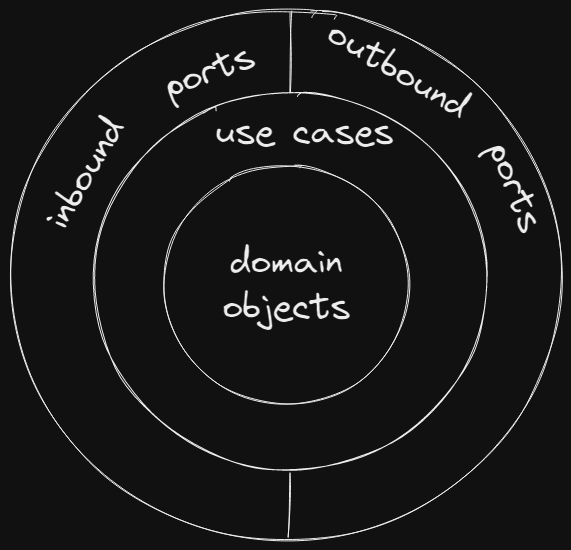
Earlier version of the Excalidraw export assets/hexagonal-architecture-core.excalidraw.png (hex-arch-training/hex-arch-training.github.io). Source tidied: one line per element, renumbered; positions are measured from the earlier drawing's top-left corner, leaving out a move shared by most shapes.
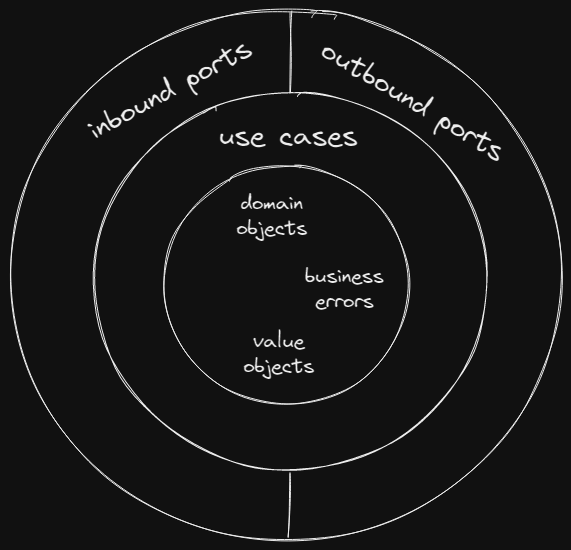
Above is the later version.

Commit message:
core pic fix

Change to the diagram source:
```diff
@@ -1,11 +1,11 @@
 {"id": 0, "type": "ellipse", "strokeColor": "#000000", "strokeWidth": 1, "roughness": 1, "x": 0, "y": 0, "width": 551, "height": 531}
 {"id": 1, "type": "ellipse", "strokeColor": "#000000", "angle": 6.28, "strokeWidth": 1, "roughness": 1, "x": 84, "y": 82, "width": 393, "height": 377}
 {"id": 2, "type": "ellipse", "strokeColor": "#000000", "strokeWidth": 1, "roughness": 1, "x": 154, "y": 155, "width": 245, "height": 239}
-{"id": 3, "type": "text", "text": "domain\nobjects", "strokeColor": "#000000", "backgroundColor": "#228be6", "fillStyle": "solid", "strokeWidth": 1, "roughness": 1, "fontSize": 36, "fontFamily": 1, "textAlign": "center", "verticalAlign": "middle", "inside": 2, "x": 212, "y": 230, "width": 130, "height": 90}
-{"id": 4, "type": "text", "text": "use cases", "strokeColor": "#000000", "backgroundColor": "#228be6", "fillStyle": "solid", "strokeWidth": 1, "roughness": 1, "fontSize": 36, "fontFamily": 1, "x": 205, "y": 100, "width": 181, "height": 45}
+{"id": 4, "type": "text", "text": "use cases", "strokeColor": "#000000", "backgroundColor": "#228be6", "fillStyle": "solid", "strokeWidth": 1, "roughness": 1, "fontSize": 28, "fontFamily": 1, "x": 209, "y": 108, "width": 141, "height": 35}
 {"id": 5, "type": "line", "strokeColor": "#000000", "backgroundColor": "#228be6", "fillStyle": "solid", "strokeWidth": 1, "roughness": 1, "x": 281, "y": 2, "width": 1, "height": 81, "points": [[0, 0], [-1, 81]]}
 {"id": 6, "type": "line", "strokeColor": "#000000", "backgroundColor": "#228be6", "fillStyle": "solid", "strokeWidth": 1, "roughness": 1, "x": 281, "y": 463, "width": 2, "height": 64, "points": [[0, 0], [-2, 64]]}
-{"id": 7, "type": "text", "text": "outbound", "strokeColor": "#000000", "angle": 0.54, "backgroundColor": "#228be6", "fillStyle": "solid", "strokeWidth": 1, "roughness": 1, "fontSize": 36, "fontFamily": 1, "x": 309, "y": 38, "width": 159, "height": 45}
+{"id": 7, "type": "text", "text": "outbound ports", "strokeColor": "#000000", "angle": 0.54, "backgroundColor": "#228be6", "fillStyle": "solid", "strokeWidth": 1, "roughness": 1, "fontSize": 28, "fontFamily": 1, "x": 299, "y": 74, "width": 210, "height": 35}
-{"id": 8, "type": "text", "text": "ports", "strokeColor": "#000000", "angle": 1.18, "backgroundColor": "#228be6", "fillStyle": "solid", "strokeWidth": 1, "roughness": 1, "fontSize": 36, "fontFamily": 1, "x": 458, "y": 156, "width": 95, "height": 45}
-{"id": 9, "type": "text", "text": "inbound", "strokeColor": "#000000", "angle": 5.24, "backgroundColor": "#228be6", "fillStyle": "solid", "strokeWidth": 1, "roughness": 1, "fontSize": 36, "fontFamily": 1, "x": 15, "y": 140, "width": 123, "height": 45}
+{"id": 9, "type": "text", "text": "inbound ports", "strokeColor": "#000000", "angle": 5.78, "backgroundColor": "#228be6", "fillStyle": "solid", "strokeWidth": 1, "roughness": 1, "fontSize": 28, "fontFamily": 1, "x": 70, "y": 62, "width": 182, "height": 35}
-{"id": 10, "type": "text", "text": "ports", "strokeColor": "#000000", "angle": 5.91, "backgroundColor": "#228be6", "fillStyle": "solid", "strokeWidth": 1, "roughness": 1, "fontSize": 36, "fontFamily": 1, "x": 152, "y": 39, "width": 95, "height": 45}
+{"id": 3, "type": "text", "text": "domain\nobjects", "strokeColor": "#000000", "backgroundColor": "#228be6", "fillStyle": "solid", "strokeWidth": 1, "roughness": 1, "fontSize": 20, "fontFamily": 1, "textAlign": "center", "x": 225, "y": 180, "width": 73, "height": 50}
+{"id": 11, "type": "text", "text": "business\nerrors", "strokeColor": "#000000", "backgroundColor": "#228be6", "fillStyle": "solid", "strokeWidth": 1, "roughness": 1, "fontSize": 20, "fontFamily": 1, "textAlign": "center", "x": 294, "y": 254, "width": 80, "height": 50}
+{"id": 12, "type": "text", "text": "value\nobjects", "strokeColor": "#000000", "backgroundColor": "#228be6", "fillStyle": "solid", "strokeWidth": 1, "roughness": 1, "fontSize": 20, "fontFamily": 1, "textAlign": "center", "x": 232, "y": 319, "width": 73, "height": 50}
```
